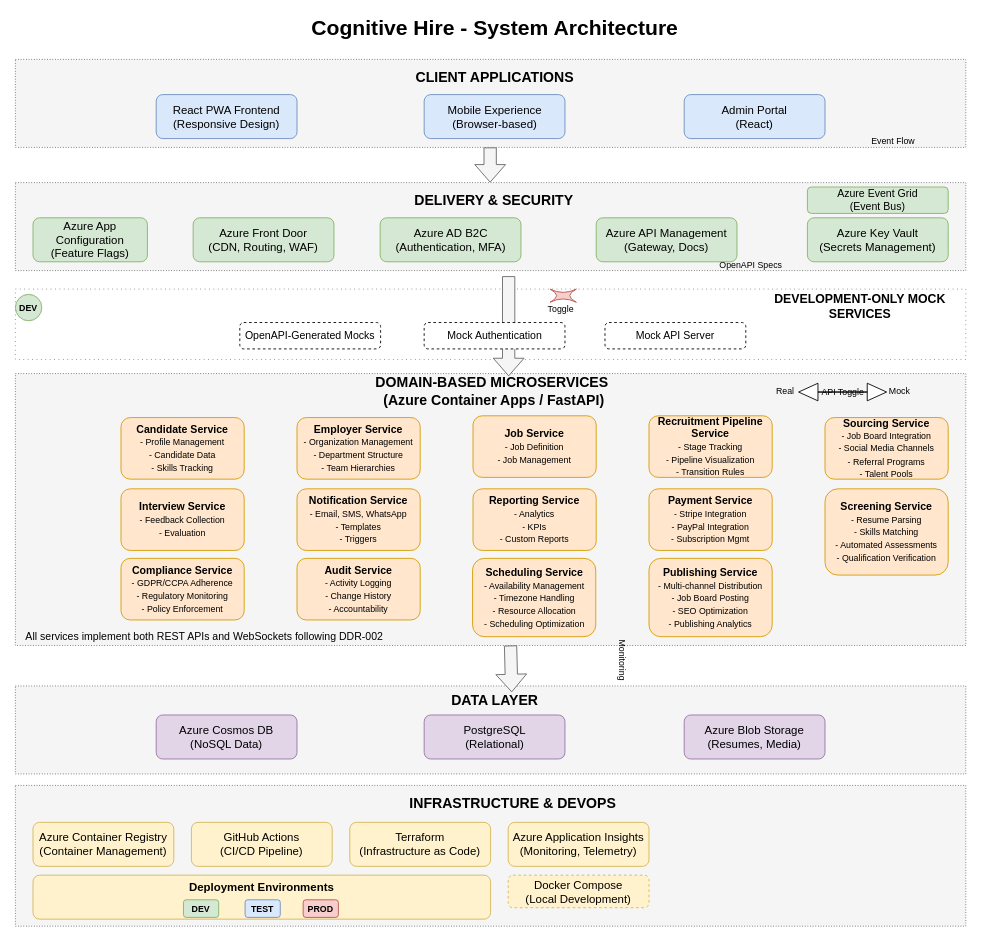
The draw.io diagram docs/architecture/diagrams/sys-architecture.drawio in artha-nirman/cognitive-hire, before the edit. Source tidied: cells renumbered, new cells numbered last; positions are measured from the earlier drawing's top-left corner, leaving out a move shared by most shapes. Both pictures are drawn from the tidied source at 88%, with x=0, y=0 at pixel (15, 15).
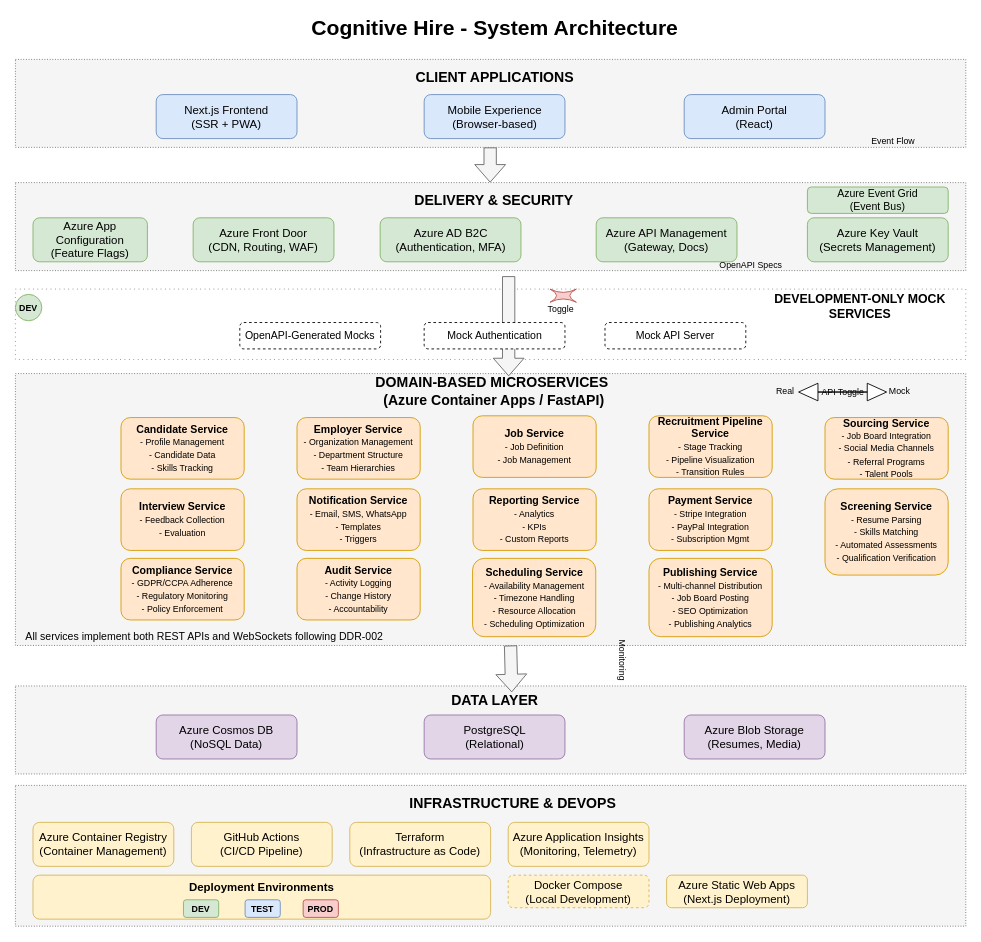
The same page after the edit.

Commit message (it also covers changes not shown here):
- added agentic ai architecture - cost estimates - front end

Diff of the diagram source:
```diff
@@
-    <mxCell id="8" value="React PWA Frontend&lt;br&gt;(Responsive Design)" style="rounded=1;whiteSpace=wrap;html=1;fillColor=#dae8fc;strokeColor=#6c8ebf;fontSize=13;" parent="1" vertex="1">
+    <mxCell id="8" value="Next.js Frontend&lt;br&gt;(SSR + PWA)" style="rounded=1;whiteSpace=wrap;html=1;fillColor=#dae8fc;strokeColor=#6c8ebf;fontSize=13;" parent="1" vertex="1">
       <mxGeometry x="160" y="90" width="160" height="50" as="geometry" />
     </mxCell>
@@
+    <mxCell id="68" value="Azure Static Web Apps&lt;br&gt;(Next.js Deployment)" style="rounded=1;whiteSpace=wrap;html=1;fillColor=#fff2cc;strokeColor=#d6b656;fontSize=13;" parent="1" vertex="1">
+      <mxGeometry x="740" y="977" width="160" height="37" as="geometry" />
+    </mxCell>
```
